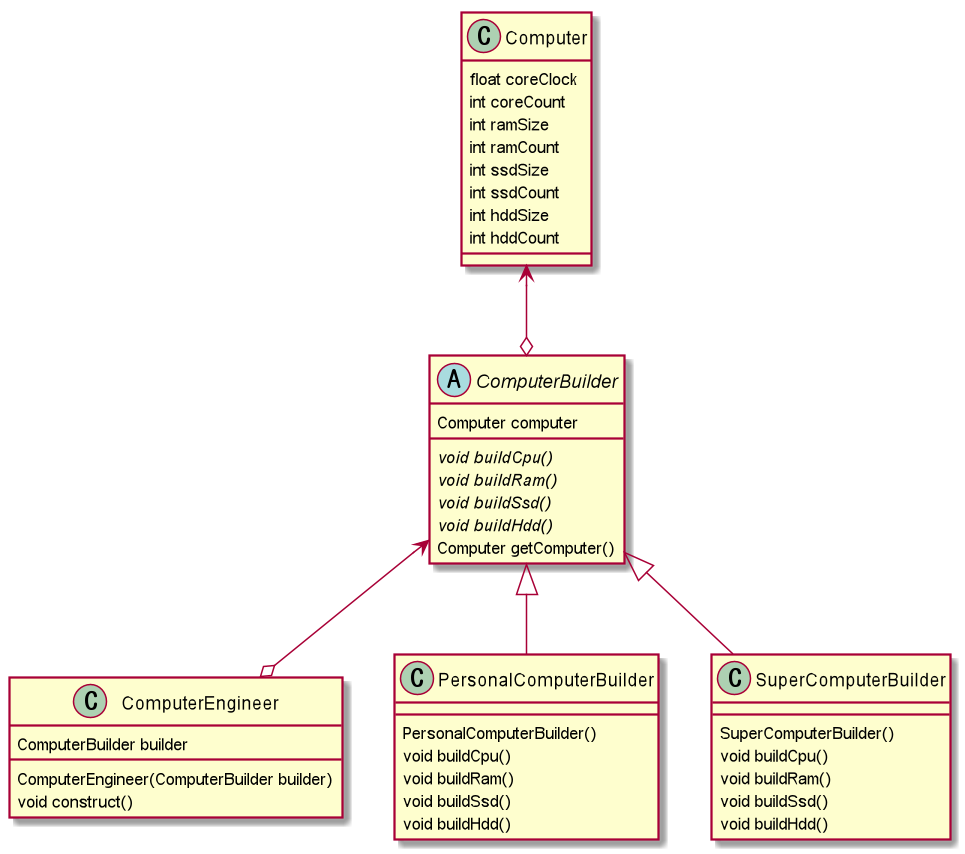
Above: img/designpattern/2/concept_builder_3.png in windowforsun/blog (PlantUML), before the change. Its diagram source:
```plantuml
@startuml

class ComputerEngineer {
	ComputerBuilder builder

	ComputerEngineer(ComputerBuilder builder)
	void construct()
}

abstract class ComputerBuilder {
	Computer computer

	{abstract} void buildCpu()
	{abstract} void buildRam()
	{abstract} void buildSsd()
	{abstract} void buildHdd()
	Computer getComputer()
}

class Computer {
    float coreClock
    int coreCount
    int ramSize
    int ramCount
    int ssdSize
    int ssdCount
    int hddSize
    int hddCount
}

class PersonalComputerBuilder {
	PersonalComputerBuilder()
	void buildCpu()
	void buildRam()
	void buildSsd()
	void buildHdd()
}

class SuperComputerBuilder {
	SuperComputerBuilder()
	void buildCpu()
	void buildRam()
	void buildSsd()
	void buildHdd()
}

Computer <--o ComputerBuilder
ComputerBuilder <--o ComputerEngineer
ComputerBuilder <|-- PersonalComputerBuilder
ComputerBuilder <|-- SuperComputerBuilder


@enduml
```
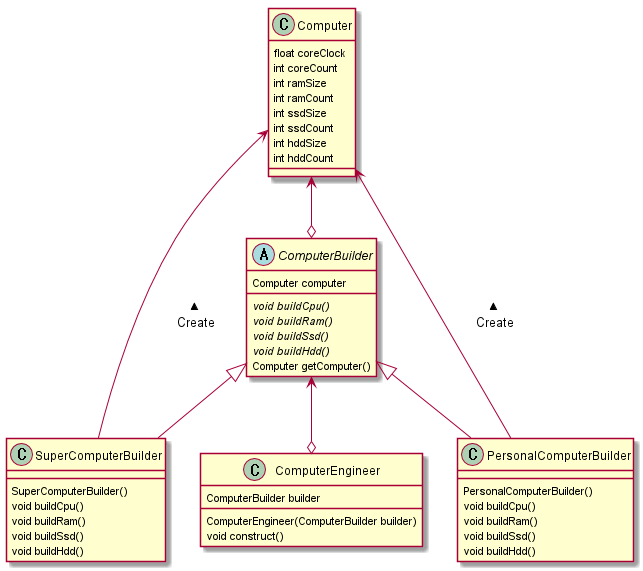
After the commit.

Diff of the diagram source:
```diff
@@ -48,6 +48,8 @@
 ComputerBuilder <--o ComputerEngineer
 ComputerBuilder <|-- PersonalComputerBuilder
 ComputerBuilder <|-- SuperComputerBuilder
+Computer <-- PersonalComputerBuilder : Create <
+Computer <-- SuperComputerBuilder : Create <
 
 
 @enduml
```
